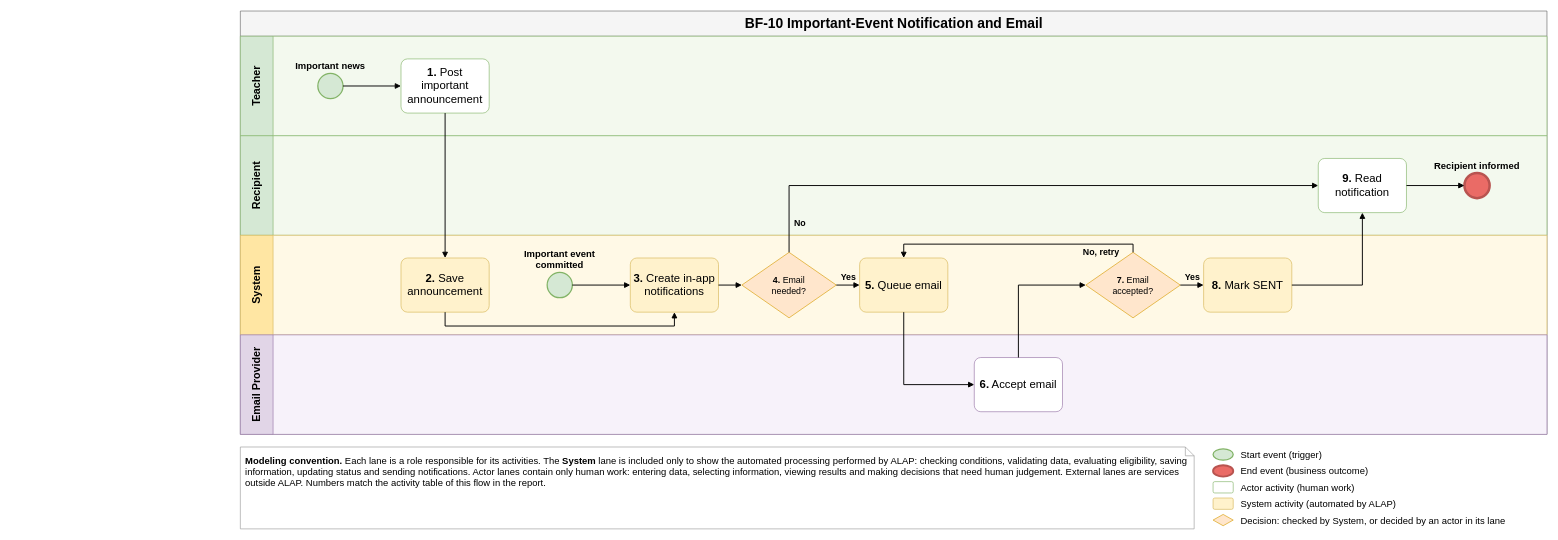
Earlier version of the draw.io diagram aidlc-docs/inception/main-business-flows/BF-10-Important-Event-Notification-and-Email.drawio (hygef-v4/AI-Powered-Learning-Platform). Source tidied: cells renumbered, new cells numbered last; positions are measured from the earlier drawing's top-left corner, leaving out a move shared by most shapes. Both pictures are drawn from the tidied source at 63%, with x=0, y=0 at pixel (240, 11).
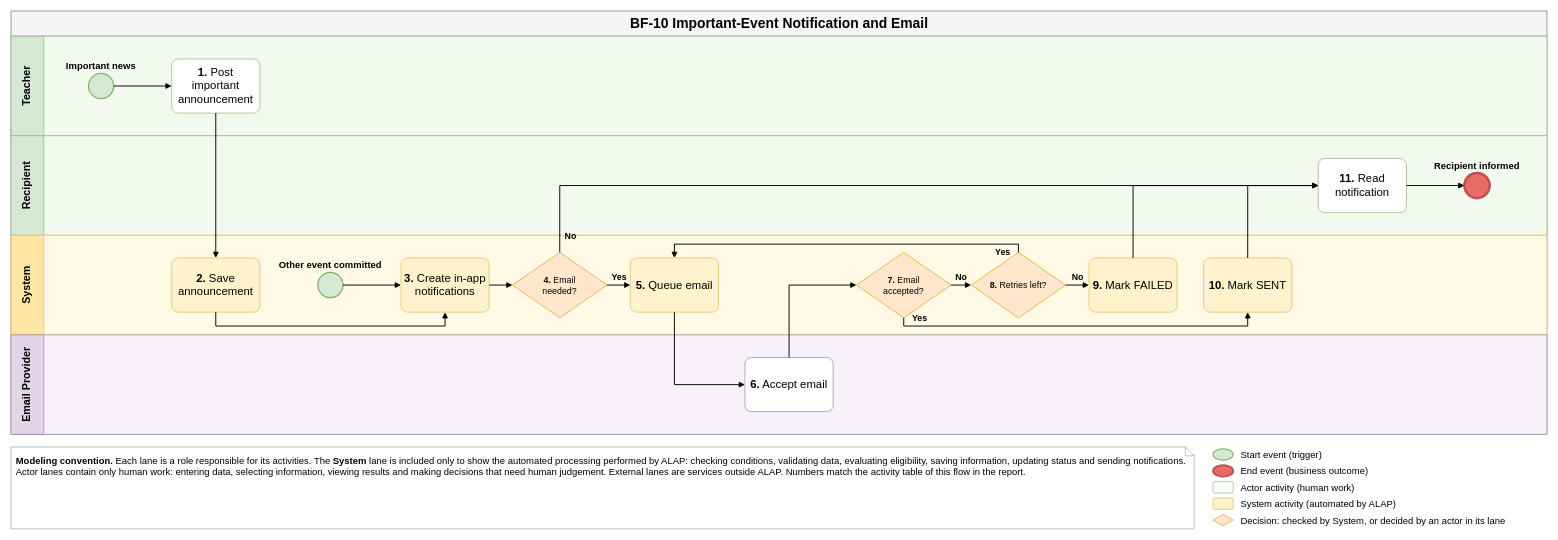
The same diagram, later.

Unchanged cells that the change refers to:
```xml
<mxCell id="9" value="&lt;b&gt;2.&lt;/b&gt; Save announcement" style="rounded=1;whiteSpace=wrap;html=1;fillColor=#FFF2CC;strokeColor=#D6B656;fontSize=18;spacing=4;arcSize=12;" parent="5" vertex="1">
  <mxGeometry x="255" y="36" width="140" height="86" as="geometry" />
</mxCell>
<mxCell id="11" value="&lt;b&gt;3.&lt;/b&gt; Create in-app notifications" style="rounded=1;whiteSpace=wrap;html=1;fillColor=#FFF2CC;strokeColor=#D6B656;fontSize=18;spacing=4;arcSize=12;" parent="5" vertex="1">
  <mxGeometry x="619" y="36" width="140" height="86" as="geometry" />
</mxCell>
<mxCell id="12" value="&lt;b&gt;4.&lt;/b&gt; Email needed?" style="rhombus;whiteSpace=wrap;html=1;fillColor=#FFE6CC;strokeColor=#D79B00;fontSize=14;spacing=0;spacingLeft=26;spacingRight=26;" parent="5" vertex="1">
  <mxGeometry x="796" y="27" width="150" height="104" as="geometry" />
</mxCell>
<mxCell id="13" value="&lt;b&gt;5.&lt;/b&gt; Queue email" style="rounded=1;whiteSpace=wrap;html=1;fillColor=#FFF2CC;strokeColor=#D6B656;fontSize=18;spacing=4;arcSize=12;" parent="5" vertex="1">
  <mxGeometry x="983" y="36" width="140" height="86" as="geometry" />
</mxCell>
<mxCell id="14" value="&lt;b&gt;6.&lt;/b&gt; Accept email" style="rounded=1;whiteSpace=wrap;html=1;fillColor=#FFFFFF;strokeColor=#9673A6;fontSize=18;spacing=4;arcSize=12;" parent="6" vertex="1">
  <mxGeometry x="1165" y="36" width="140" height="86" as="geometry" />
</mxCell>
<mxCell id="15" value="&lt;b&gt;7.&lt;/b&gt; Email accepted?" style="rhombus;whiteSpace=wrap;html=1;fillColor=#FFE6CC;strokeColor=#D79B00;fontSize=14;spacing=0;spacingLeft=26;spacingRight=26;" parent="5" vertex="1">
  <mxGeometry x="1342" y="27" width="150" height="104" as="geometry" />
</mxCell>
```

Diff of the diagram source:
```diff
@@
     <mxCell id="2" value="BF-10 Important-Event Notification and Email" style="swimlane;horizontal=1;startSize=40;html=1;fontSize=22;fontStyle=1;align=center;verticalAlign=middle;fillColor=#F5F5F5;strokeColor=#666666;" parent="1" vertex="1">
-      <mxGeometry width="2074" height="672" as="geometry" />
+      <mxGeometry x="-364" width="2438" height="672" as="geometry" />
     </mxCell>
     <mxCell id="3" value="Teacher" style="swimlane;startSize=52;horizontal=0;html=1;whiteSpace=wrap;fillColor=#D5E8D4;swimlaneFillColor=#F3F9EE;strokeColor=#82B366;fontSize=17;fontStyle=1;align=center;verticalAlign=middle;spacing=4;" parent="2" vertex="1">
-      <mxGeometry y="40" width="2074" height="158" as="geometry" />
+      <mxGeometry y="40" width="2438" height="158" as="geometry" />
     </mxCell>
     <mxCell id="4" value="Recipient" style="swimlane;startSize=52;horizontal=0;html=1;whiteSpace=wrap;fillColor=#D5E8D4;swimlaneFillColor=#F3F9EE;strokeColor=#82B366;fontSize=17;fontStyle=1;align=center;verticalAlign=middle;spacing=4;" parent="2" vertex="1">
-      <mxGeometry y="198" width="2074" height="158" as="geometry" />
+      <mxGeometry y="198" width="2438" height="158" as="geometry" />
     </mxCell>
     <mxCell id="5" value="System" style="swimlane;startSize=52;horizontal=0;html=1;whiteSpace=wrap;fillColor=#FFE6A3;swimlaneFillColor=#FFF9E6;strokeColor=#D6B656;fontSize=17;fontStyle=1;align=center;verticalAlign=middle;spacing=4;" parent="2" vertex="1">
-      <mxGeometry y="356" width="2074" height="158" as="geometry" />
+      <mxGeometry y="356" width="2438" height="158" as="geometry" />
     </mxCell>
     <mxCell id="6" value="Email Provider" style="swimlane;startSize=52;horizontal=0;html=1;whiteSpace=wrap;fillColor=#E1D5E7;swimlaneFillColor=#F7F2FA;strokeColor=#9673A6;fontSize=17;fontStyle=1;align=center;verticalAlign=middle;spacing=4;" parent="2" vertex="1">
-      <mxGeometry y="514" width="2074" height="158" as="geometry" />
+      <mxGeometry y="514" width="2438" height="158" as="geometry" />
     </mxCell>
@@
-    <mxCell id="10" value="Important event committed" style="ellipse;html=1;fillColor=#D5E8D4;strokeColor=#82B366;strokeWidth=2;fontStyle=1;fontSize=15;whiteSpace=wrap;labelWidth=170;verticalLabelPosition=top;verticalAlign=bottom;labelPosition=center;align=center;" parent="5" vertex="1">
+    <mxCell id="10" value="Other event committed" style="ellipse;html=1;fillColor=#D5E8D4;strokeColor=#82B366;strokeWidth=2;fontStyle=1;fontSize=15;whiteSpace=wrap;labelWidth=170;verticalLabelPosition=top;verticalAlign=bottom;labelPosition=center;align=center;" parent="5" vertex="1">
       <mxGeometry x="487" y="59" width="40" height="40" as="geometry" />
     </mxCell>
@@
-    <mxCell id="16" value="&lt;b&gt;8.&lt;/b&gt; Mark SENT" style="rounded=1;whiteSpace=wrap;html=1;fillColor=#FFF2CC;strokeColor=#D6B656;fontSize=18;spacing=4;arcSize=12;" parent="5" vertex="1">
-      <mxGeometry x="1529" y="36" width="140" height="86" as="geometry" />
-    </mxCell>
+    <mxCell id="43" value="&lt;b&gt;8.&lt;/b&gt; Retries left?" style="rhombus;whiteSpace=wrap;html=1;fillColor=#FFE6CC;strokeColor=#D79B00;fontSize=14;spacing=0;spacingLeft=26;spacingRight=26;" parent="5" vertex="1">
+      <mxGeometry x="1524" y="27" width="150" height="104" as="geometry" />
+    </mxCell>
-    <mxCell id="17" value="&lt;b&gt;9.&lt;/b&gt; Read notification" style="rounded=1;whiteSpace=wrap;html=1;fillColor=#FFFFFF;strokeColor=#82B366;fontSize=18;spacing=4;arcSize=12;" parent="4" vertex="1">
+    <mxCell id="17" value="&lt;b&gt;9.&lt;/b&gt; Mark FAILED" style="rounded=1;whiteSpace=wrap;html=1;fillColor=#FFF2CC;strokeColor=#D6B656;fontSize=18;spacing=4;arcSize=12;" parent="5" vertex="1">
       <mxGeometry x="1711" y="36" width="140" height="86" as="geometry" />
     </mxCell>
+    <mxCell id="44" value="&lt;b&gt;10.&lt;/b&gt; Mark SENT" style="rounded=1;whiteSpace=wrap;html=1;fillColor=#FFF2CC;strokeColor=#D6B656;fontSize=18;spacing=4;arcSize=12;" parent="5" vertex="1">
+      <mxGeometry x="1893" y="36" width="140" height="86" as="geometry" />
+    </mxCell>
+    <mxCell id="45" value="&lt;b&gt;11.&lt;/b&gt; Read notification" style="rounded=1;whiteSpace=wrap;html=1;fillColor=#FFFFFF;strokeColor=#82B366;fontSize=18;spacing=4;arcSize=12;" parent="4" vertex="1">
+      <mxGeometry x="2075" y="36" width="140" height="86" as="geometry" />
+    </mxCell>
     <mxCell id="18" value="Recipient informed" style="ellipse;html=1;fillColor=#EA6B66;strokeColor=#B85450;strokeWidth=4;fontStyle=1;fontSize=15;whiteSpace=wrap;labelWidth=170;verticalLabelPosition=top;verticalAlign=bottom;labelPosition=center;align=center;" parent="4" vertex="1">
-      <mxGeometry x="1943" y="59" width="40" height="40" as="geometry" />
+      <mxGeometry x="2307" y="59" width="40" height="40" as="geometry" />
     </mxCell>
@@
     <mxCell id="21" style="edgeStyle=none;rounded=0;html=1;endArrow=block;endFill=1;strokeWidth=1.5;labelBackgroundColor=none;fontSize=14;fontStyle=1;align=center;exitX=0.5;exitY=1;exitDx=0;exitDy=0;entryX=0.5;entryY=1;entryDx=0;entryDy=0;" parent="1" edge="1" source="9" target="11">
       <mxGeometry relative="1" as="geometry">
         <Array as="points">
+          <mxPoint x="-39" y="500" />
           <mxPoint x="325" y="500" />
-          <mxPoint x="689" y="500" />
         </Array>
       </mxGeometry>
     </mxCell>
@@
-    <mxCell id="24" value="No" style="edgeStyle=none;rounded=0;html=1;endArrow=block;endFill=1;strokeWidth=1.5;labelBackgroundColor=none;fontSize=14;fontStyle=1;align=center;exitX=0.5;exitY=0;exitDx=0;exitDy=0;entryX=0;entryY=0.5;entryDx=0;entryDy=0;" parent="1" edge="1" source="12" target="17">
-      <mxGeometry x="-0.9" relative="1" as="geometry">
+    <mxCell id="24" value="No" style="edgeStyle=none;rounded=0;html=1;endArrow=block;endFill=1;strokeWidth=1.5;labelBackgroundColor=none;fontSize=14;fontStyle=1;align=center;exitX=0.5;exitY=0;exitDx=0;exitDy=0;entryX=0;entryY=0.5;entryDx=0;entryDy=0;" parent="1" edge="1" source="12" target="45">
+      <mxGeometry x="-0.96" relative="1" as="geometry">
         <Array as="points">
-          <mxPoint x="871" y="277" />
+          <mxPoint x="507" y="277" />
         </Array>
         <mxPoint x="17" as="offset" />
       </mxGeometry>
     </mxCell>
@@
     <mxCell id="26" style="edgeStyle=none;rounded=0;html=1;endArrow=block;endFill=1;strokeWidth=1.5;labelBackgroundColor=none;fontSize=14;fontStyle=1;align=center;exitX=0.5;exitY=1;exitDx=0;exitDy=0;entryX=0;entryY=0.5;entryDx=0;entryDy=0;" parent="1" edge="1" source="13" target="14">
       <mxGeometry relative="1" as="geometry">
         <Array as="points">
-          <mxPoint x="1053" y="593" />
+          <mxPoint x="689" y="593" />
         </Array>
       </mxGeometry>
     </mxCell>
     <mxCell id="27" style="edgeStyle=none;rounded=0;html=1;endArrow=block;endFill=1;strokeWidth=1.5;labelBackgroundColor=none;fontSize=14;fontStyle=1;align=center;exitX=0.5;exitY=0;exitDx=0;exitDy=0;entryX=0;entryY=0.5;entryDx=0;entryDy=0;" parent="1" edge="1" source="14" target="15">
       <mxGeometry relative="1" as="geometry">
         <Array as="points">
-          <mxPoint x="1235" y="435" />
+          <mxPoint x="871" y="435" />
         </Array>
       </mxGeometry>
     </mxCell>
-    <mxCell id="28" value="No, retry" style="edgeStyle=none;rounded=0;html=1;endArrow=block;endFill=1;strokeWidth=1.5;labelBackgroundColor=none;fontSize=14;fontStyle=1;align=center;exitX=0.5;exitY=0;exitDx=0;exitDy=0;entryX=0.5;entryY=0;entryDx=0;entryDy=0;" parent="1" edge="1" source="15" target="13">
-      <mxGeometry x="-0.68" relative="1" as="geometry">
-        <Array as="points">
-          <mxPoint x="1417" y="370" />
-          <mxPoint x="1053" y="370" />
-        </Array>
-        <mxPoint y="13" as="offset" />
+    <mxCell id="28" value="No" style="edgeStyle=none;rounded=0;html=1;endArrow=block;endFill=1;strokeWidth=1.5;labelBackgroundColor=none;fontSize=14;fontStyle=1;align=center;exitX=1;exitY=0.5;exitDx=0;exitDy=0;entryX=0;entryY=0.5;entryDx=0;entryDy=0;" parent="1" edge="1" source="15" target="43">
+      <mxGeometry relative="1" as="geometry">
+        <mxPoint y="-13" as="offset" />
       </mxGeometry>
     </mxCell>
-    <mxCell id="29" value="Yes" style="edgeStyle=none;rounded=0;html=1;endArrow=block;endFill=1;strokeWidth=1.5;labelBackgroundColor=none;fontSize=14;fontStyle=1;align=center;exitX=1;exitY=0.5;exitDx=0;exitDy=0;entryX=0;entryY=0.5;entryDx=0;entryDy=0;" parent="1" edge="1" source="15" target="16">
-      <mxGeometry relative="1" as="geometry">
+    <mxCell id="29" value="Yes" style="edgeStyle=none;rounded=0;html=1;endArrow=block;endFill=1;strokeWidth=1.5;labelBackgroundColor=none;fontSize=14;fontStyle=1;align=center;exitX=0.5;exitY=1;exitDx=0;exitDy=0;entryX=0.5;entryY=1;entryDx=0;entryDy=0;" parent="1" edge="1" source="15" target="44">
+      <mxGeometry x="-0.87" relative="1" as="geometry">
+        <Array as="points">
+          <mxPoint x="1053" y="500" />
+          <mxPoint x="1599" y="500" />
+        </Array>
         <mxPoint y="-13" as="offset" />
       </mxGeometry>
     </mxCell>
-    <mxCell id="30" style="edgeStyle=none;rounded=0;html=1;endArrow=block;endFill=1;strokeWidth=1.5;labelBackgroundColor=none;fontSize=14;fontStyle=1;align=center;exitX=1;exitY=0.5;exitDx=0;exitDy=0;entryX=0.5;entryY=1;entryDx=0;entryDy=0;" parent="1" edge="1" source="16" target="17">
-      <mxGeometry relative="1" as="geometry">
+    <mxCell id="30" value="Yes" style="edgeStyle=none;rounded=0;html=1;endArrow=block;endFill=1;strokeWidth=1.5;labelBackgroundColor=none;fontSize=14;fontStyle=1;align=center;exitX=0.5;exitY=0;exitDx=0;exitDy=0;entryX=0.5;entryY=0;entryDx=0;entryDy=0;" parent="1" edge="1" source="43" target="13">
+      <mxGeometry x="-0.87" relative="1" as="geometry">
         <Array as="points">
-          <mxPoint x="1781" y="435" />
+          <mxPoint x="1235" y="370" />
+          <mxPoint x="689" y="370" />
         </Array>
+        <mxPoint y="13" as="offset" />
       </mxGeometry>
     </mxCell>
-    <mxCell id="31" style="edgeStyle=none;rounded=0;html=1;endArrow=block;endFill=1;strokeWidth=1.5;labelBackgroundColor=none;fontSize=14;fontStyle=1;align=center;exitX=1;exitY=0.5;exitDx=0;exitDy=0;entryX=0;entryY=0.5;entryDx=0;entryDy=0;" parent="1" edge="1" source="17" target="18">
-      <mxGeometry relative="1" as="geometry" />
+    <mxCell id="31" value="No" style="edgeStyle=none;rounded=0;html=1;endArrow=block;endFill=1;strokeWidth=1.5;labelBackgroundColor=none;fontSize=14;fontStyle=1;align=center;exitX=1;exitY=0.5;exitDx=0;exitDy=0;entryX=0;entryY=0.5;entryDx=0;entryDy=0;" parent="1" edge="1" source="43" target="17">
+      <mxGeometry relative="1" as="geometry">
+        <mxPoint y="-13" as="offset" />
+      </mxGeometry>
     </mxCell>
+    <mxCell id="46" style="edgeStyle=none;rounded=0;html=1;endArrow=block;endFill=1;strokeWidth=1.5;labelBackgroundColor=none;fontSize=14;fontStyle=1;align=center;exitX=0.5;exitY=0;exitDx=0;exitDy=0;entryX=0;entryY=0.5;entryDx=0;entryDy=0;" parent="1" edge="1" source="17" target="45">
+      <mxGeometry relative="1" as="geometry">
+        <Array as="points">
+          <mxPoint x="1417" y="277" />
+        </Array>
+      </mxGeometry>
+    </mxCell>
+    <mxCell id="47" style="edgeStyle=none;rounded=0;html=1;endArrow=block;endFill=1;strokeWidth=1.5;labelBackgroundColor=none;fontSize=14;fontStyle=1;align=center;exitX=0.5;exitY=0;exitDx=0;exitDy=0;entryX=0;entryY=0.5;entryDx=0;entryDy=0;" parent="1" edge="1" source="44" target="45">
+      <mxGeometry relative="1" as="geometry">
+        <Array as="points">
+          <mxPoint x="1599" y="277" />
+        </Array>
+      </mxGeometry>
+    </mxCell>
+    <mxCell id="48" style="edgeStyle=none;rounded=0;html=1;endArrow=block;endFill=1;strokeWidth=1.5;labelBackgroundColor=none;fontSize=14;fontStyle=1;align=center;exitX=1;exitY=0.5;exitDx=0;exitDy=0;entryX=0;entryY=0.5;entryDx=0;entryDy=0;" parent="1" edge="1" source="45" target="18">
+      <mxGeometry relative="1" as="geometry" />
+    </mxCell>
     <mxCell id="32" value="&lt;b&gt;Modeling convention.&lt;/b&gt; Each lane is a role responsible for its activities. The &lt;b&gt;System&lt;/b&gt; lane is included only to show the automated processing performed by ALAP: checking conditions, validating data, evaluating eligibility, saving information, updating status and sending notifications. Actor lanes contain only human work: entering data, selecting information, viewing results and making decisions that need human judgement. External lanes are services outside ALAP. Numbers match the activity table of this flow in the report." style="shape=note;whiteSpace=wrap;html=1;size=14;fillColor=#FFFFFF;strokeColor=#999999;fontSize=15;align=left;verticalAlign=top;spacing=8;" parent="1" vertex="1">
-      <mxGeometry y="692" width="1514" height="130" as="geometry" />
+      <mxGeometry x="-364" y="692" width="1878" height="130" as="geometry" />
     </mxCell>
```
